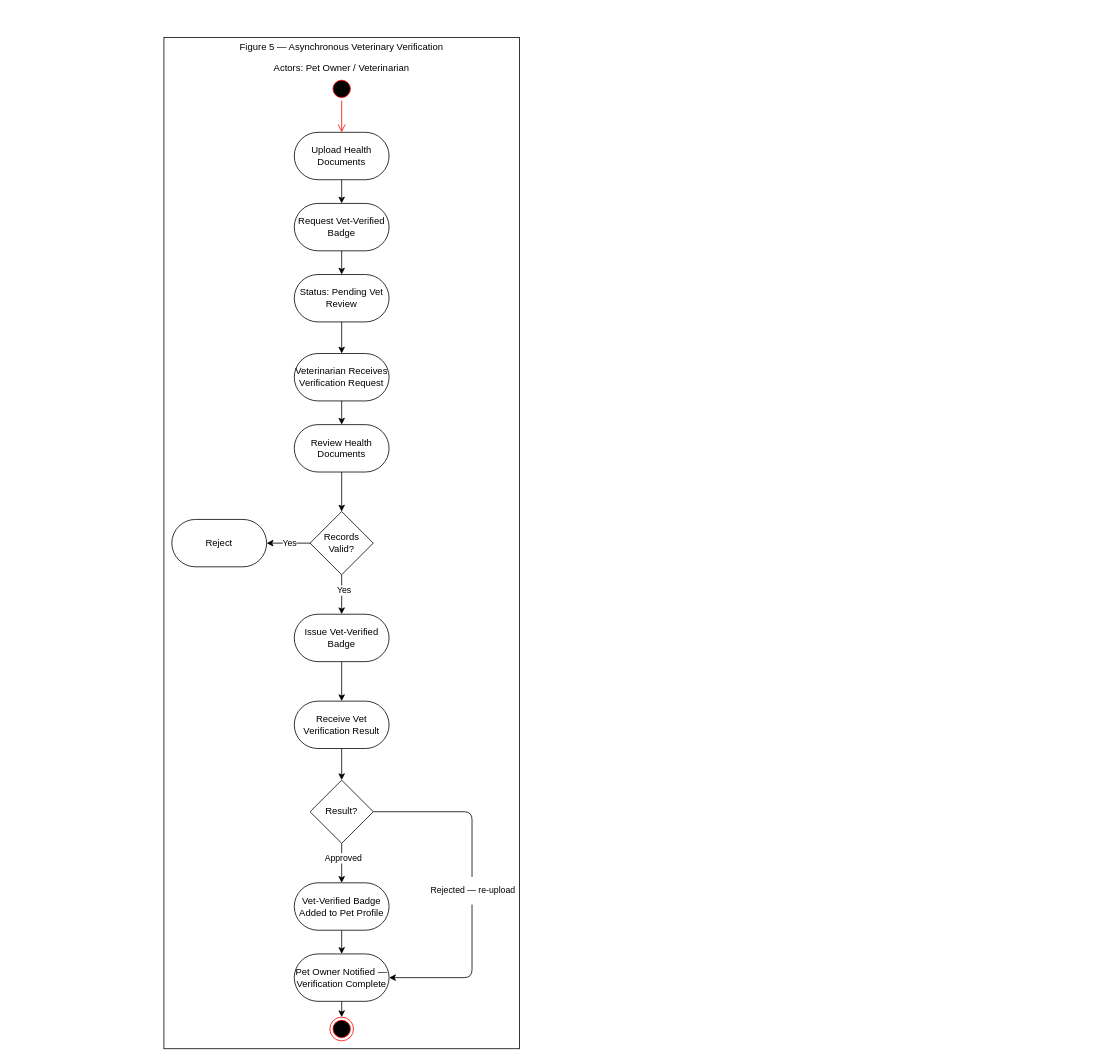
Above: ActivityDiagram_Figure5_USALLA.drawio in Chels013/Breedr-Diagrams (draw.io), before the change. Source tidied: cells renumbered, new cells numbered last; positions are measured from the earlier drawing's top-left corner, leaving out a move shared by most shapes. Both pictures are drawn from the tidied source at 79%, with x=0, y=0 at pixel (164, 37).
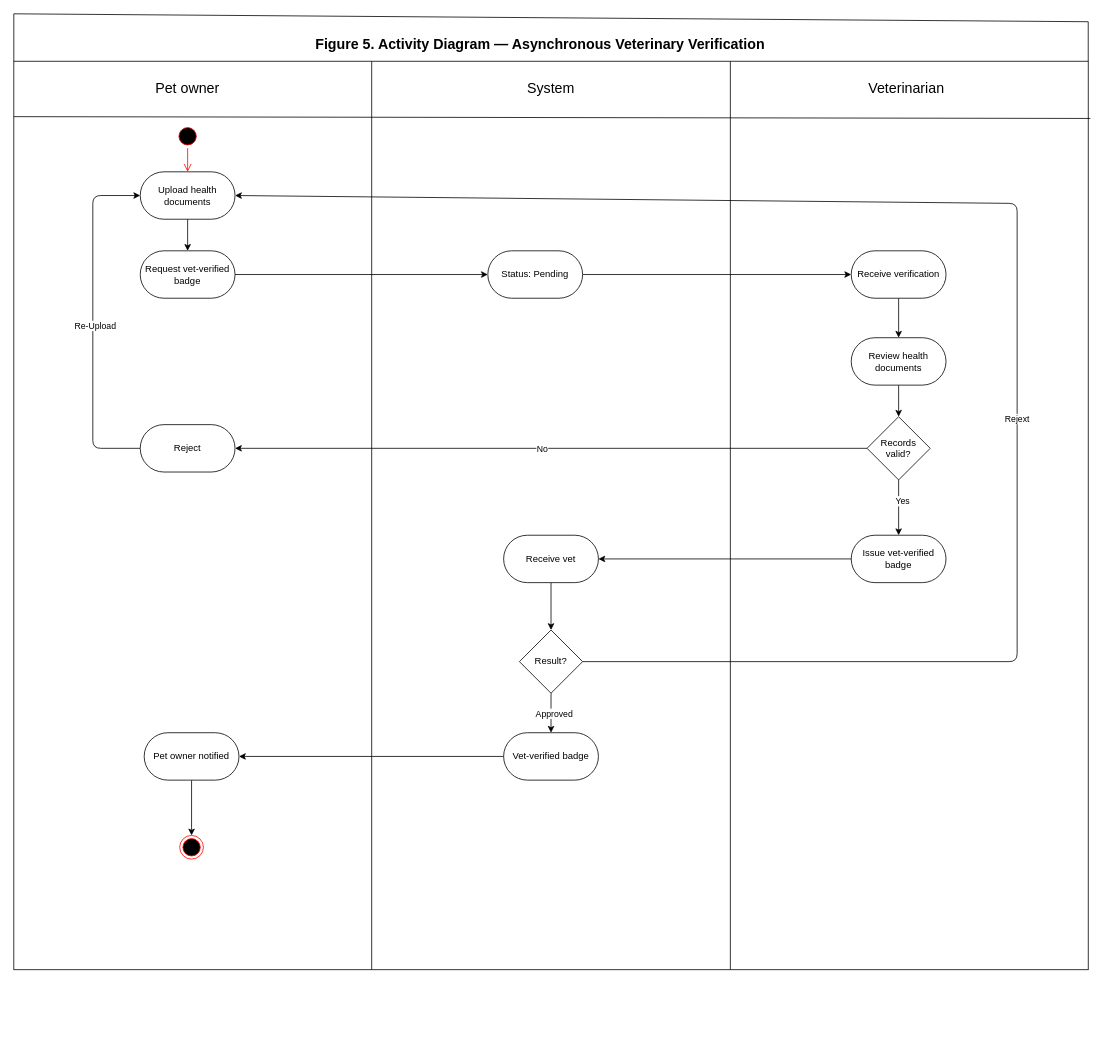
The same diagram, later.

The edit, as a diff of the source:
```diff
@@
-    <mxCell id="2" style="rounded=0;whiteSpace=wrap;html=1;" parent="1" vertex="1">
-      <mxGeometry width="450" height="1280" as="geometry" />
-    </mxCell>
-    <mxCell id="3" value="&lt;p&gt;Figure 5 — Asynchronous Veterinary Verification&lt;/p&gt;&lt;p&gt;Actors: Pet Owner / Veterinarian&lt;/p&gt;" style="text;html=1;align=center;verticalAlign=middle;whiteSpace=wrap;rounded=0;" parent="1" vertex="1">
-      <mxGeometry x="90" y="10" width="270" height="30" as="geometry" />
-    </mxCell>
-    <mxCell id="4" style="edgeStyle=none;html=1;" parent="1" edge="1" source="5" target="9">
-      <mxGeometry relative="1" as="geometry" />
-    </mxCell>
-    <mxCell id="5" value="&lt;p&gt;Upload Health Documents&lt;/p&gt;" style="rounded=1;whiteSpace=wrap;html=1;arcSize=50;" parent="1" vertex="1">
-      <mxGeometry x="165" y="120" width="120" height="60" as="geometry" />
-    </mxCell>
-    <mxCell id="6" style="ellipse;html=1;shape=startState;fillColor=#000000;strokeColor=#ff0000;" parent="1" vertex="1">
-      <mxGeometry x="210" y="50" width="30" height="30" as="geometry" />
-    </mxCell>
-    <mxCell id="7" style="edgeStyle=orthogonalEdgeStyle;html=1;verticalAlign=bottom;endArrow=open;endSize=8;strokeColor=#ff0000;entryX=0.5;entryY=0;entryDx=0;entryDy=0;" parent="1" edge="1" source="6" target="5">
-      <mxGeometry relative="1" as="geometry" />
-    </mxCell>
-    <mxCell id="8" style="edgeStyle=none;html=1;entryX=0.5;entryY=0;entryDx=0;entryDy=0;" parent="1" edge="1" source="9" target="11">
-      <mxGeometry relative="1" as="geometry" />
-    </mxCell>
-    <mxCell id="9" value="&lt;p&gt;Request Vet-Verified Badge&lt;/p&gt;" style="rounded=1;whiteSpace=wrap;html=1;arcSize=50;" parent="1" vertex="1">
-      <mxGeometry x="165" y="210" width="120" height="60" as="geometry" />
-    </mxCell>
-    <mxCell id="10" style="edgeStyle=none;html=1;" parent="1" edge="1" source="11" target="13">
-      <mxGeometry relative="1" as="geometry" />
-    </mxCell>
-    <mxCell id="11" value="&lt;p&gt;Status: Pending Vet Review&lt;/p&gt;" style="rounded=1;whiteSpace=wrap;html=1;arcSize=50;" parent="1" vertex="1">
-      <mxGeometry x="165" y="300" width="120" height="60" as="geometry" />
-    </mxCell>
-    <mxCell id="12" style="edgeStyle=none;html=1;" parent="1" edge="1" source="13" target="15">
-      <mxGeometry relative="1" as="geometry" />
-    </mxCell>
-    <mxCell id="13" value="&lt;p&gt;Veterinarian Receives Verification Request&lt;/p&gt;" style="rounded=1;whiteSpace=wrap;html=1;arcSize=50;" parent="1" vertex="1">
-      <mxGeometry x="165" y="400" width="120" height="60" as="geometry" />
-    </mxCell>
-    <mxCell id="14" style="edgeStyle=none;html=1;entryX=0.5;entryY=0;entryDx=0;entryDy=0;" parent="1" edge="1" source="15" target="20">
-      <mxGeometry relative="1" as="geometry" />
-    </mxCell>
-    <mxCell id="15" value="&lt;p&gt;Review Health Documents&lt;/p&gt;" style="rounded=1;whiteSpace=wrap;html=1;arcSize=50;" parent="1" vertex="1">
-      <mxGeometry x="165" y="490" width="120" height="60" as="geometry" />
-    </mxCell>
-    <mxCell id="16" style="edgeStyle=none;html=1;entryX=0.5;entryY=0;entryDx=0;entryDy=0;" parent="1" edge="1" source="20" target="23">
-      <mxGeometry relative="1" as="geometry" />
-    </mxCell>
+    <mxCell id="19" style="shape=process;whiteSpace=wrap;html=1;backgroundOutline=1;size=0.3333333333333333;" parent="1" vertex="1">
+      <mxGeometry x="-190" y="30" width="1360" height="1150" as="geometry" />
+    </mxCell>
+    <mxCell id="36" style="endArrow=none;html=1;exitX=0;exitY=0.061;exitDx=0;exitDy=0;exitPerimeter=0;entryX=1.002;entryY=0.063;entryDx=0;entryDy=0;entryPerimeter=0;" parent="1" edge="1" source="19" target="19">
+      <mxGeometry relative="1" as="geometry" />
+    </mxCell>
+    <mxCell id="37" value="&lt;p&gt;&lt;font style=&quot;font-size: 18px;&quot;&gt;Pet owner&lt;/font&gt;&lt;/p&gt;" style="text;html=1;align=center;verticalAlign=middle;whiteSpace=wrap;rounded=0;" parent="1" vertex="1">
+      <mxGeometry x="-25" y="50" width="110" height="30" as="geometry" />
+    </mxCell>
+    <mxCell id="38" value="&lt;p&gt;&lt;font style=&quot;font-size: 18px;&quot;&gt;System&lt;/font&gt;&lt;/p&gt;" style="text;html=1;align=center;verticalAlign=middle;whiteSpace=wrap;rounded=0;" parent="1" vertex="1">
+      <mxGeometry x="460" y="50" width="60" height="30" as="geometry" />
+    </mxCell>
+    <mxCell id="39" value="&lt;p&gt;&lt;font style=&quot;font-size: 18px;&quot;&gt;Veterinarian&lt;/font&gt;&lt;/p&gt;" style="text;html=1;align=center;verticalAlign=middle;whiteSpace=wrap;rounded=0;" parent="1" vertex="1">
+      <mxGeometry x="910" y="50" width="60" height="30" as="geometry" />
+    </mxCell>
+    <mxCell id="40" style="ellipse;html=1;shape=startState;fillColor=#000000;strokeColor=#ff0000;" parent="1" vertex="1">
+      <mxGeometry x="15" y="110" width="30" height="30" as="geometry" />
+    </mxCell>
+    <mxCell id="41" style="edgeStyle=orthogonalEdgeStyle;html=1;verticalAlign=bottom;endArrow=open;endSize=8;strokeColor=#ff0000;" parent="1" edge="1" source="40" target="43">
+      <mxGeometry relative="1" as="geometry" />
+    </mxCell>
+    <mxCell id="42" style="edgeStyle=none;html=1;entryX=0.5;entryY=0;entryDx=0;entryDy=0;" parent="1" edge="1" source="43" target="45">
+      <mxGeometry relative="1" as="geometry" />
+    </mxCell>
+    <mxCell id="43" value="&lt;p&gt;Upload health documents&lt;/p&gt;" style="rounded=1;whiteSpace=wrap;html=1;arcSize=50;" parent="1" vertex="1">
+      <mxGeometry x="-30" y="170" width="120" height="60" as="geometry" />
+    </mxCell>
+    <mxCell id="44" style="edgeStyle=none;html=1;entryX=0;entryY=0.5;entryDx=0;entryDy=0;" parent="1" edge="1" source="45" target="47">
+      <mxGeometry relative="1" as="geometry" />
+    </mxCell>
+    <mxCell id="45" value="&lt;p&gt;Request vet-verified badge&lt;/p&gt;" style="rounded=1;whiteSpace=wrap;html=1;arcSize=50;" parent="1" vertex="1">
+      <mxGeometry x="-30" y="270" width="120" height="60" as="geometry" />
+    </mxCell>
+    <mxCell id="46" style="edgeStyle=none;html=1;" parent="1" edge="1" source="47" target="49">
+      <mxGeometry relative="1" as="geometry" />
+    </mxCell>
+    <mxCell id="47" value="&lt;p&gt;Status: Pending&lt;/p&gt;" style="rounded=1;whiteSpace=wrap;html=1;arcSize=50;" parent="1" vertex="1">
+      <mxGeometry x="410" y="270" width="120" height="60" as="geometry" />
+    </mxCell>
+    <mxCell id="48" style="edgeStyle=none;html=1;entryX=0.5;entryY=0;entryDx=0;entryDy=0;" parent="1" edge="1" source="49" target="51">
+      <mxGeometry relative="1" as="geometry" />
+    </mxCell>
+    <mxCell id="49" value="&lt;p&gt;Receive verification&lt;/p&gt;" style="rounded=1;whiteSpace=wrap;html=1;arcSize=50;" parent="1" vertex="1">
+      <mxGeometry x="870" y="270" width="120" height="60" as="geometry" />
+    </mxCell>
+    <mxCell id="50" style="edgeStyle=none;html=1;entryX=0.5;entryY=0;entryDx=0;entryDy=0;" parent="1" edge="1" source="51" target="55">
+      <mxGeometry relative="1" as="geometry" />
+    </mxCell>
+    <mxCell id="51" value="&lt;p&gt;Review health documents&lt;/p&gt;" style="rounded=1;whiteSpace=wrap;html=1;arcSize=50;" parent="1" vertex="1">
+      <mxGeometry x="870" y="380" width="120" height="60" as="geometry" />
+    </mxCell>
+    <mxCell id="52" style="edgeStyle=none;html=1;" parent="1" edge="1" source="55" target="57">
+      <mxGeometry relative="1" as="geometry" />
+    </mxCell>
-    <mxCell id="17" value="Yes" style="edgeLabel;html=1;align=center;verticalAlign=middle;" parent="16" vertex="1">
-      <mxGeometry x="-0.24" y="2" relative="1" as="geometry" />
+    <mxCell id="17" value="Yes" style="edgeLabel;html=1;align=center;verticalAlign=middle;" parent="52" vertex="1">
+      <mxGeometry x="-0.26" y="4" relative="1" as="geometry" />
     </mxCell>
-    <mxCell id="18" style="edgeStyle=none;html=1;" parent="1" edge="1" source="20" target="21">
-      <mxGeometry relative="1" as="geometry" />
-    </mxCell>
-    <mxCell id="19" value="Yes" style="edgeLabel;html=1;align=center;verticalAlign=middle;points=[];" parent="18" vertex="1">
-      <mxGeometry x="-0.01" y="-1" relative="1" as="geometry" />
-    </mxCell>
-    <mxCell id="20" value="&lt;p&gt;Records Valid?&lt;/p&gt;" style="rhombus;whiteSpace=wrap;html=1;" parent="1" vertex="1">
-      <mxGeometry x="185" y="600" width="80" height="80" as="geometry" />
-    </mxCell>
+    <mxCell id="53" style="edgeStyle=none;html=1;" parent="1" edge="1" source="55" target="21">
+      <mxGeometry relative="1" as="geometry" />
+    </mxCell>
+    <mxCell id="54" value="No" style="edgeLabel;html=1;align=center;verticalAlign=middle;" parent="53" vertex="1">
+      <mxGeometry x="0.03" relative="1" as="geometry" />
+    </mxCell>
+    <mxCell id="55" value="&lt;p&gt;Records valid?&lt;/p&gt;" style="rhombus;whiteSpace=wrap;html=1;" parent="1" vertex="1">
+      <mxGeometry x="890" y="480" width="80" height="80" as="geometry" />
+    </mxCell>
+    <mxCell id="56" style="edgeStyle=none;html=1;" parent="1" edge="1" source="57" target="59">
+      <mxGeometry relative="1" as="geometry" />
+    </mxCell>
+    <mxCell id="57" value="&lt;p&gt;Issue vet-verified badge&lt;/p&gt;" style="rounded=1;whiteSpace=wrap;html=1;arcSize=50;" parent="1" vertex="1">
+      <mxGeometry x="870" y="630" width="120" height="60" as="geometry" />
+    </mxCell>
+    <mxCell id="58" style="edgeStyle=none;html=1;entryX=0.5;entryY=0;entryDx=0;entryDy=0;" parent="1" edge="1" source="59" target="30">
+      <mxGeometry relative="1" as="geometry" />
+    </mxCell>
+    <mxCell id="59" value="&lt;p&gt;Receive vet&lt;/p&gt;" style="rounded=1;whiteSpace=wrap;html=1;arcSize=50;" parent="1" vertex="1">
+      <mxGeometry x="430" y="630" width="120" height="60" as="geometry" />
+    </mxCell>
+    <mxCell id="60" style="edgeStyle=none;html=1;entryX=1;entryY=0.5;entryDx=0;entryDy=0;" parent="1" edge="1" source="61" target="66">
+      <mxGeometry relative="1" as="geometry" />
+    </mxCell>
+    <mxCell id="61" value="&lt;p&gt;Vet-verified badge&lt;/p&gt;" style="rounded=1;whiteSpace=wrap;html=1;arcSize=50;" parent="1" vertex="1">
+      <mxGeometry x="430" y="880" width="120" height="60" as="geometry" />
+    </mxCell>
+    <mxCell id="62" style="edgeStyle=none;html=1;entryX=0.5;entryY=0;entryDx=0;entryDy=0;" parent="1" edge="1" source="30" target="61">
+      <mxGeometry relative="1" as="geometry" />
+    </mxCell>
+    <mxCell id="27" value="Approved" style="edgeLabel;html=1;align=center;verticalAlign=middle;" parent="62" vertex="1">
+      <mxGeometry x="0.01" y="3" relative="1" as="geometry" />
+    </mxCell>
+    <mxCell id="63" style="edgeStyle=none;html=1;entryX=1;entryY=0.5;entryDx=0;entryDy=0;" parent="1" edge="1" source="30" target="43">
+      <mxGeometry relative="1" as="geometry">
+        <Array as="points">
+          <mxPoint x="1080" y="790" />
+          <mxPoint x="1080" y="210" />
+        </Array>
+      </mxGeometry>
+    </mxCell>
+    <mxCell id="64" value="Rejext" style="edgeLabel;html=1;align=center;verticalAlign=middle;" parent="63" vertex="1">
+      <mxGeometry x="-0.19" y="1" relative="1" as="geometry">
+        <mxPoint y="1" as="offset" />
+      </mxGeometry>
+    </mxCell>
+    <mxCell id="30" value="Result?" style="rhombus;whiteSpace=wrap;html=1;" parent="1" vertex="1">
+      <mxGeometry x="450" y="750" width="80" height="80" as="geometry" />
+    </mxCell>
+    <mxCell id="65" style="edgeStyle=none;html=1;entryX=0.5;entryY=0;entryDx=0;entryDy=0;" parent="1" edge="1" source="66" target="67">
+      <mxGeometry relative="1" as="geometry" />
+    </mxCell>
+    <mxCell id="66" value="&lt;p&gt;Pet owner notified&lt;/p&gt;" style="rounded=1;whiteSpace=wrap;html=1;arcSize=50;" parent="1" vertex="1">
+      <mxGeometry x="-25" y="880" width="120" height="60" as="geometry" />
+    </mxCell>
+    <mxCell id="67" style="ellipse;html=1;shape=endState;fillColor=#000000;strokeColor=#ff0000;" parent="1" vertex="1">
+      <mxGeometry x="20" y="1010" width="30" height="30" as="geometry" />
+    </mxCell>
+    <mxCell id="68" style="endArrow=none;html=1;exitX=0;exitY=0;exitDx=0;exitDy=0;" parent="1" edge="1" source="19">
+      <mxGeometry relative="1" as="geometry">
+        <mxPoint x="-190" y="-30" as="targetPoint" />
+      </mxGeometry>
+    </mxCell>
+    <mxCell id="69" style="endArrow=none;html=1;entryX=1;entryY=0;entryDx=0;entryDy=0;" parent="1" edge="1" target="19">
+      <mxGeometry relative="1" as="geometry">
+        <mxPoint x="1170" y="-20" as="sourcePoint" />
+      </mxGeometry>
+    </mxCell>
+    <mxCell id="70" style="endArrow=none;html=1;" parent="1" edge="1">
+      <mxGeometry relative="1" as="geometry">
+        <mxPoint x="-190" y="-30" as="sourcePoint" />
+        <mxPoint x="1170" y="-20" as="targetPoint" />
+      </mxGeometry>
+    </mxCell>
+    <mxCell id="71" value="&lt;p&gt;&lt;font style=&quot;font-size: 18px;&quot;&gt;&lt;b style=&quot;&quot;&gt;Figure 5. Activity Diagram — Asynchronous Veterinary Verification&amp;nbsp;&lt;/b&gt;&lt;/font&gt;&lt;/p&gt;" style="text;whiteSpace=wrap;html=1;" parent="1" vertex="1">
+      <mxGeometry x="190" y="-20" width="600" height="80" as="geometry" />
+    </mxCell>
+    <mxCell id="72" style="edgeStyle=none;html=1;entryX=0;entryY=0.5;entryDx=0;entryDy=0;" parent="1" edge="1" source="21" target="43">
+      <mxGeometry relative="1" as="geometry">
+        <Array as="points">
+          <mxPoint x="-90" y="520" />
+          <mxPoint x="-90" y="200" />
+        </Array>
+      </mxGeometry>
+    </mxCell>
+    <mxCell id="73" value="Re-Upload" style="edgeLabel;html=1;align=center;verticalAlign=middle;" parent="72" vertex="1">
+      <mxGeometry x="-0.02" y="-2" relative="1" as="geometry" />
+    </mxCell>
     <mxCell id="21" value="&lt;p&gt;Reject&lt;/p&gt;" style="rounded=1;whiteSpace=wrap;html=1;arcSize=50;" parent="1" vertex="1">
-      <mxGeometry x="10" y="610" width="120" height="60" as="geometry" />
+      <mxGeometry x="-30" y="490" width="120" height="60" as="geometry" />
     </mxCell>
-    <mxCell id="22" style="edgeStyle=none;html=1;" parent="1" edge="1" source="23" target="25">
-      <mxGeometry relative="1" as="geometry" />
-    </mxCell>
-    <mxCell id="23" value="&lt;p&gt;Issue Vet-Verified Badge&lt;/p&gt;" style="rounded=1;whiteSpace=wrap;html=1;arcSize=50;" parent="1" vertex="1">
-      <mxGeometry x="165" y="730" width="120" height="60" as="geometry" />
-    </mxCell>
-    <mxCell id="24" style="edgeStyle=none;html=1;" parent="1" edge="1" source="25" target="30">
-      <mxGeometry relative="1" as="geometry" />
-    </mxCell>
-    <mxCell id="25" value="&lt;p&gt;Receive Vet Verification Result&lt;/p&gt;" style="rounded=1;whiteSpace=wrap;html=1;arcSize=50;" parent="1" vertex="1">
-      <mxGeometry x="165" y="840" width="120" height="60" as="geometry" />
-    </mxCell>
-    <mxCell id="26" style="edgeStyle=none;html=1;entryX=0.5;entryY=0;entryDx=0;entryDy=0;" parent="1" edge="1" source="30" target="32">
-      <mxGeometry relative="1" as="geometry" />
-    </mxCell>
-    <mxCell id="27" value="Approved" style="edgeLabel;html=1;align=center;verticalAlign=middle;" parent="26" vertex="1">
-      <mxGeometry x="-0.28" y="1" relative="1" as="geometry" />
-    </mxCell>
-    <mxCell id="28" style="edgeStyle=none;html=1;entryX=1;entryY=0.5;entryDx=0;entryDy=0;" parent="1" edge="1" source="30" target="34">
-      <mxGeometry relative="1" as="geometry">
-        <Array as="points">
-          <mxPoint x="390" y="980" />
-          <mxPoint x="390" y="1190" />
-        </Array>
-      </mxGeometry>
-    </mxCell>
-    <mxCell id="29" value="&lt;p&gt;Rejected — re-upload&lt;/p&gt;" style="edgeLabel;html=1;align=center;verticalAlign=middle;" parent="28" vertex="1">
-      <mxGeometry x="0.02" relative="1" as="geometry" />
-    </mxCell>
-    <mxCell id="30" value="&lt;p&gt;Result?&lt;/p&gt;" style="rhombus;whiteSpace=wrap;html=1;" parent="1" vertex="1">
-      <mxGeometry x="185" y="940" width="80" height="80" as="geometry" />
-    </mxCell>
-    <mxCell id="31" style="edgeStyle=none;html=1;" parent="1" edge="1" source="32" target="34">
-      <mxGeometry relative="1" as="geometry" />
-    </mxCell>
-    <mxCell id="32" value="&lt;p&gt;Vet-Verified Badge Added to Pet Profile&lt;/p&gt;" style="rounded=1;whiteSpace=wrap;html=1;arcSize=50;" parent="1" vertex="1">
-      <mxGeometry x="165" y="1070" width="120" height="60" as="geometry" />
-    </mxCell>
-    <mxCell id="33" style="edgeStyle=none;html=1;entryX=0.5;entryY=0;entryDx=0;entryDy=0;" parent="1" edge="1" source="34" target="35">
-      <mxGeometry relative="1" as="geometry" />
-    </mxCell>
-    <mxCell id="34" value="&lt;p&gt;Pet Owner Notified — Verification Complete&lt;/p&gt;" style="rounded=1;whiteSpace=wrap;html=1;arcSize=50;" parent="1" vertex="1">
-      <mxGeometry x="165" y="1160" width="120" height="60" as="geometry" />
-    </mxCell>
-    <mxCell id="35" style="ellipse;html=1;shape=endState;fillColor=#000000;strokeColor=#ff0000;" parent="1" vertex="1">
-      <mxGeometry x="210" y="1240" width="30" height="30" as="geometry" />
-    </mxCell>
```
